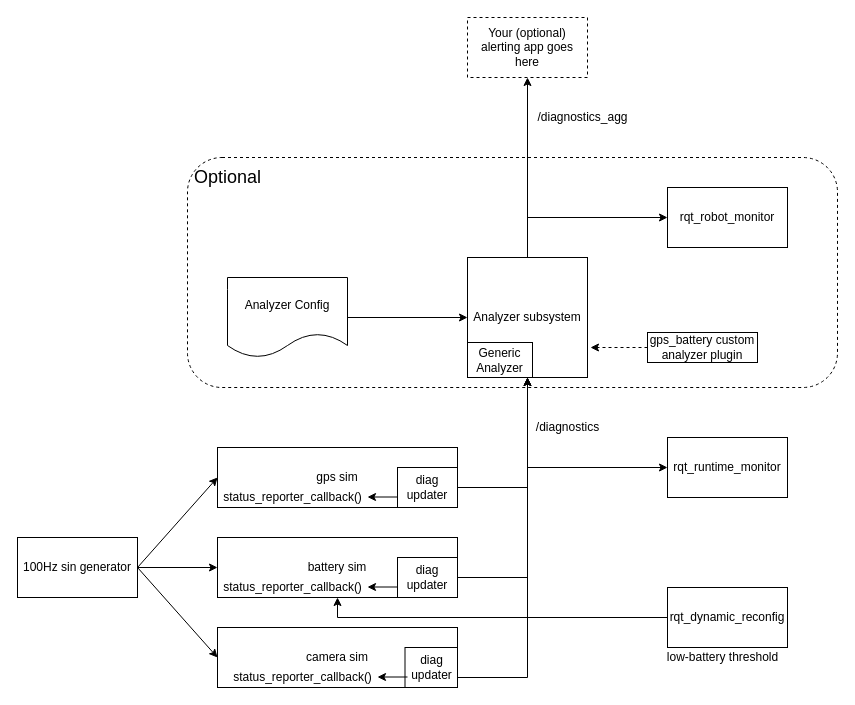
PaulBouchier/diag_demo keeps this draw.io diagram as Doc/diag_demo.drawio. Above is the earlier version. Source tidied: cells renumbered, new cells numbered last; positions are measured from the earlier drawing's top-left corner, leaving out a move shared by most shapes. Both pictures are drawn from the tidied source at 100%, with x=0, y=0 at pixel (17, 17).
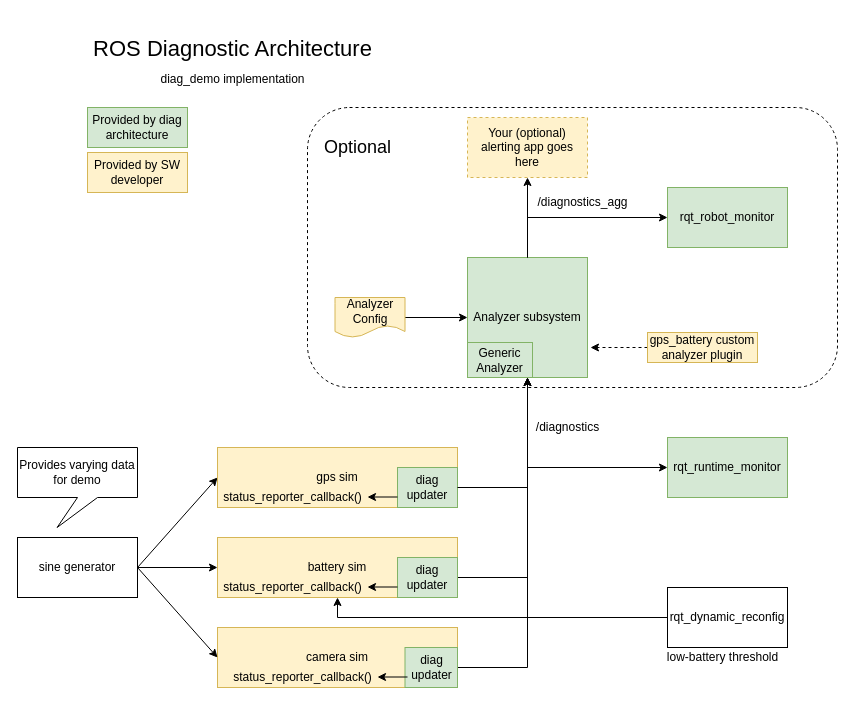
The same page after the edit.

Change to the diagram source:
```diff
@@
     <mxCell id="2" style="rounded=1;whiteSpace=wrap;html=1;dashed=1;" parent="1" vertex="1">
-      <mxGeometry x="170" y="140" width="650" height="230" as="geometry" />
+      <mxGeometry x="290" y="90" width="530" height="280" as="geometry" />
     </mxCell>
-    <mxCell id="3" value="camera sim" style="rounded=0;whiteSpace=wrap;html=1;" parent="1" vertex="1">
+    <mxCell id="3" value="camera sim" style="rounded=0;whiteSpace=wrap;html=1;fillColor=#fff2cc;strokeColor=#d6b656;" parent="1" vertex="1">
       <mxGeometry x="200" y="610" width="240" height="60" as="geometry" />
     </mxCell>
@@
-    <mxCell id="5" value="100Hz sin generator" style="rounded=0;whiteSpace=wrap;html=1;" parent="1" vertex="1">
+    <mxCell id="5" value="sine generator" style="rounded=0;whiteSpace=wrap;html=1;" parent="1" vertex="1">
       <mxGeometry y="520" width="120" height="60" as="geometry" />
     </mxCell>
@@
-    <mxCell id="8" style="edgeStyle=orthogonalEdgeStyle;rounded=0;jettySize=auto;html=1;exitX=1;exitY=0.75;exitDx=0;exitDy=0;entryX=0.5;entryY=1;entryDx=0;entryDy=0;" parent="1" edge="1" source="40" target="11">
+    <mxCell id="8" style="edgeStyle=orthogonalEdgeStyle;rounded=0;jettySize=auto;html=1;exitX=1;exitY=0.5;exitDx=0;exitDy=0;entryX=0.5;entryY=1;entryDx=0;entryDy=0;" parent="1" edge="1" source="40" target="11">
       <mxGeometry relative="1" as="geometry" />
     </mxCell>
@@
-    <mxCell id="11" value="Analyzer subsystem" style="rounded=0;whiteSpace=wrap;html=1;" parent="1" vertex="1">
+    <mxCell id="11" value="Analyzer subsystem" style="rounded=0;whiteSpace=wrap;html=1;fillColor=#d5e8d4;strokeColor=#82b366;" parent="1" vertex="1">
       <mxGeometry x="450" y="240" width="120" height="120" as="geometry" />
     </mxCell>
@@
-    <mxCell id="13" style="group;" parent="1" vertex="1">
+    <mxCell id="13" style="group;fillColor=#fff2cc;strokeColor=#d6b656;" parent="1" vertex="1">
       <mxGeometry x="200" y="430" width="240" height="60" as="geometry" />
     </mxCell>
-    <mxCell id="14" value="gps sim" style="rounded=0;whiteSpace=wrap;html=1;" parent="13" vertex="1">
+    <mxCell id="14" value="gps sim" style="rounded=0;whiteSpace=wrap;html=1;fillColor=#fff2cc;strokeColor=#d6b656;" parent="13" vertex="1">
       <mxGeometry width="240" height="60" as="geometry" />
     </mxCell>
-    <mxCell id="15" value="diag&lt;br&gt;updater" style="rounded=0;whiteSpace=wrap;html=1;" parent="13" vertex="1">
+    <mxCell id="15" value="diag&lt;br&gt;updater" style="rounded=0;whiteSpace=wrap;html=1;fillColor=#d5e8d4;strokeColor=#82b366;" parent="13" vertex="1">
       <mxGeometry x="180" y="20" width="60" height="40" as="geometry" />
     </mxCell>
@@
-    <mxCell id="19" style="group;" parent="1" vertex="1">
+    <mxCell id="19" style="group;fillColor=#fff2cc;strokeColor=#d6b656;" parent="1" vertex="1">
       <mxGeometry x="200" y="520" width="240" height="60" as="geometry" />
     </mxCell>
-    <mxCell id="20" value="battery sim" style="rounded=0;whiteSpace=wrap;html=1;" parent="19" vertex="1">
+    <mxCell id="20" value="battery sim" style="rounded=0;whiteSpace=wrap;html=1;fillColor=#fff2cc;strokeColor=#d6b656;" parent="19" vertex="1">
       <mxGeometry width="240" height="60" as="geometry" />
     </mxCell>
-    <mxCell id="21" value="diag&lt;br&gt;updater" style="rounded=0;whiteSpace=wrap;html=1;" parent="19" vertex="1">
+    <mxCell id="21" value="diag&lt;br&gt;updater" style="rounded=0;whiteSpace=wrap;html=1;fillColor=#d5e8d4;strokeColor=#82b366;" parent="19" vertex="1">
       <mxGeometry x="180" y="20" width="60" height="40" as="geometry" />
     </mxCell>
@@
-    <mxCell id="25" value="rqt_runtime_monitor" style="rounded=0;whiteSpace=wrap;html=1;" parent="1" vertex="1">
+    <mxCell id="25" value="rqt_runtime_monitor" style="rounded=0;whiteSpace=wrap;html=1;fillColor=#d5e8d4;strokeColor=#82b366;" parent="1" vertex="1">
       <mxGeometry x="650" y="420" width="120" height="60" as="geometry" />
     </mxCell>
@@
-    <mxCell id="27" style="edgeStyle=orthogonalEdgeStyle;rounded=0;jettySize=auto;html=1;exitX=0.5;exitY=0;exitDx=0;exitDy=0;" parent="1" edge="1" source="11">
-      <mxGeometry relative="1" as="geometry">
-        <mxPoint x="510" y="60" as="targetPoint" />
-        <Array as="points">
-          <mxPoint x="510" y="60" />
-        </Array>
-      </mxGeometry>
+    <mxCell id="27" style="edgeStyle=orthogonalEdgeStyle;rounded=0;jettySize=auto;html=1;exitX=0.5;exitY=0;exitDx=0;exitDy=0;entryX=0.5;entryY=1;entryDx=0;entryDy=0;" parent="1" edge="1" source="11" target="44">
+      <mxGeometry relative="1" as="geometry" />
     </mxCell>
@@
-    <mxCell id="29" value="rqt_robot_monitor" style="rounded=0;whiteSpace=wrap;html=1;" parent="1" vertex="1">
+    <mxCell id="29" value="rqt_robot_monitor" style="rounded=0;whiteSpace=wrap;html=1;fillColor=#d5e8d4;strokeColor=#82b366;" parent="1" vertex="1">
       <mxGeometry x="650" y="170" width="120" height="60" as="geometry" />
     </mxCell>
     <mxCell id="30" value="/diagnostics_agg" style="text;html=1;align=center;verticalAlign=middle;strokeColor=none;fillColor=none;" parent="1" vertex="1">
-      <mxGeometry x="510" y="90" width="110" height="20" as="geometry" />
+      <mxGeometry x="510" y="175" width="110" height="20" as="geometry" />
     </mxCell>
@@
-    <mxCell id="32" value="Analyzer Config" style="shape=document;whiteSpace=wrap;html=1;boundedLbl=1;" parent="1" vertex="1">
-      <mxGeometry x="210" y="260" width="120" height="80" as="geometry" />
+    <mxCell id="32" value="Analyzer Config" style="shape=document;whiteSpace=wrap;html=1;boundedLbl=1;fillColor=#fff2cc;strokeColor=#d6b656;" parent="1" vertex="1">
+      <mxGeometry x="317.5" y="280" width="70" height="40" as="geometry" />
     </mxCell>
@@
-    <mxCell id="36" value="Generic&lt;br&gt;Analyzer" style="rounded=0;whiteSpace=wrap;html=1;" parent="1" vertex="1">
+    <mxCell id="36" value="Generic&lt;br&gt;Analyzer" style="rounded=0;whiteSpace=wrap;html=1;fillColor=#d5e8d4;strokeColor=#82b366;" parent="1" vertex="1">
       <mxGeometry x="450" y="325" width="65" height="35" as="geometry" />
     </mxCell>
@@
-    <mxCell id="38" value="gps_battery&amp;nbsp;custom&lt;br&gt;analyzer plugin" style="rounded=0;whiteSpace=wrap;html=1;" parent="1" vertex="1">
+    <mxCell id="38" value="gps_battery&amp;nbsp;custom&lt;br&gt;analyzer plugin" style="rounded=0;whiteSpace=wrap;html=1;fillColor=#fff2cc;strokeColor=#d6b656;" parent="1" vertex="1">
       <mxGeometry x="630" y="315" width="110" height="30" as="geometry" />
     </mxCell>
     <mxCell id="39" value="Optional" style="text;html=1;align=center;verticalAlign=middle;strokeColor=none;fillColor=none;fontSize=18;" parent="1" vertex="1">
-      <mxGeometry x="170" y="145" width="80" height="30" as="geometry" />
+      <mxGeometry x="300" y="115" width="80" height="30" as="geometry" />
     </mxCell>
-    <mxCell id="40" value="diag&lt;br&gt;updater" style="rounded=0;whiteSpace=wrap;html=1;" parent="1" vertex="1">
+    <mxCell id="40" value="diag&lt;br&gt;updater" style="rounded=0;whiteSpace=wrap;html=1;fillColor=#d5e8d4;strokeColor=#82b366;" parent="1" vertex="1">
       <mxGeometry x="387.5" y="630" width="52.5" height="40" as="geometry" />
     </mxCell>
@@
-    <mxCell id="44" value="Your (optional) alerting app goes here" style="rounded=0;whiteSpace=wrap;html=1;dashed=1;" parent="1" vertex="1">
-      <mxGeometry x="450" width="120" height="60" as="geometry" />
+    <mxCell id="44" value="Your (optional) alerting app goes here" style="rounded=0;whiteSpace=wrap;html=1;dashed=1;fillColor=#fff2cc;strokeColor=#d6b656;" parent="1" vertex="1">
+      <mxGeometry x="450" y="100" width="120" height="60" as="geometry" />
     </mxCell>
+    <mxCell id="45" value="Provided by diag architecture" style="rounded=0;whiteSpace=wrap;html=1;fillColor=#d5e8d4;strokeColor=#82b366;" parent="1" vertex="1">
+      <mxGeometry x="70" y="90" width="100" height="40" as="geometry" />
+    </mxCell>
+    <mxCell id="46" value="Provided by SW developer" style="rounded=0;whiteSpace=wrap;html=1;fillColor=#fff2cc;strokeColor=#d6b656;" parent="1" vertex="1">
+      <mxGeometry x="70" y="135" width="100" height="40" as="geometry" />
+    </mxCell>
+    <mxCell id="47" value="ROS Diagnostic Architecture&lt;br style=&quot;font-size: 21px&quot;&gt;&lt;font style=&quot;font-size: 12px&quot;&gt;diag_demo implementation&lt;/font&gt;" style="text;html=1;align=center;verticalAlign=middle;strokeColor=none;fillColor=none;fontSize=22;fontStyle=0;" parent="1" vertex="1">
+      <mxGeometry x="70" y="15" width="290" height="60" as="geometry" />
+    </mxCell>
+    <mxCell id="48" value="Provides varying data for demo" style="shape=callout;whiteSpace=wrap;html=1;perimeter=calloutPerimeter;fontSize=12;position2=0.33;rotation=0;" parent="1" vertex="1">
+      <mxGeometry y="430" width="120" height="80" as="geometry" />
+    </mxCell>
```
